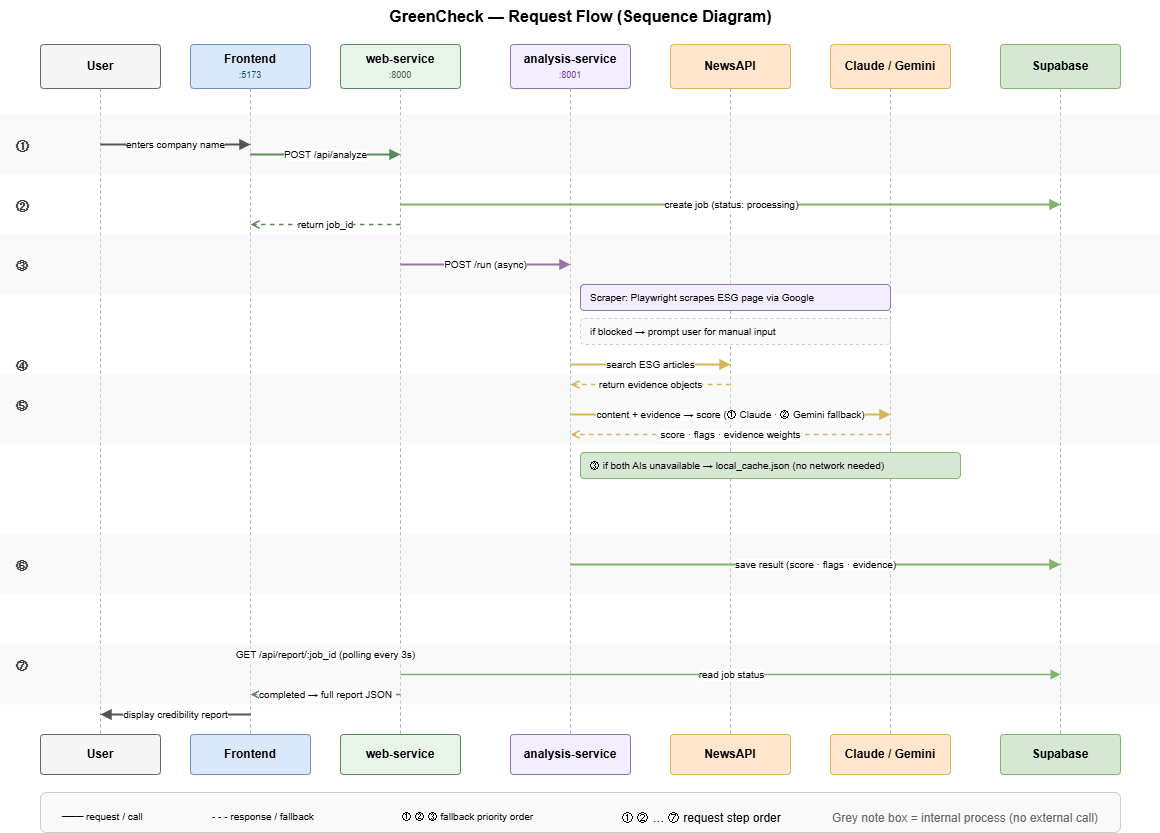
The draw.io diagram docs/greencheck-sequence.png in pd-a11y/greenwashing-detector, before a commit. Source tidied: cells renumbered, new cells last; positions are measured from the earlier drawing's top-left corner, leaving out a move shared by most shapes.
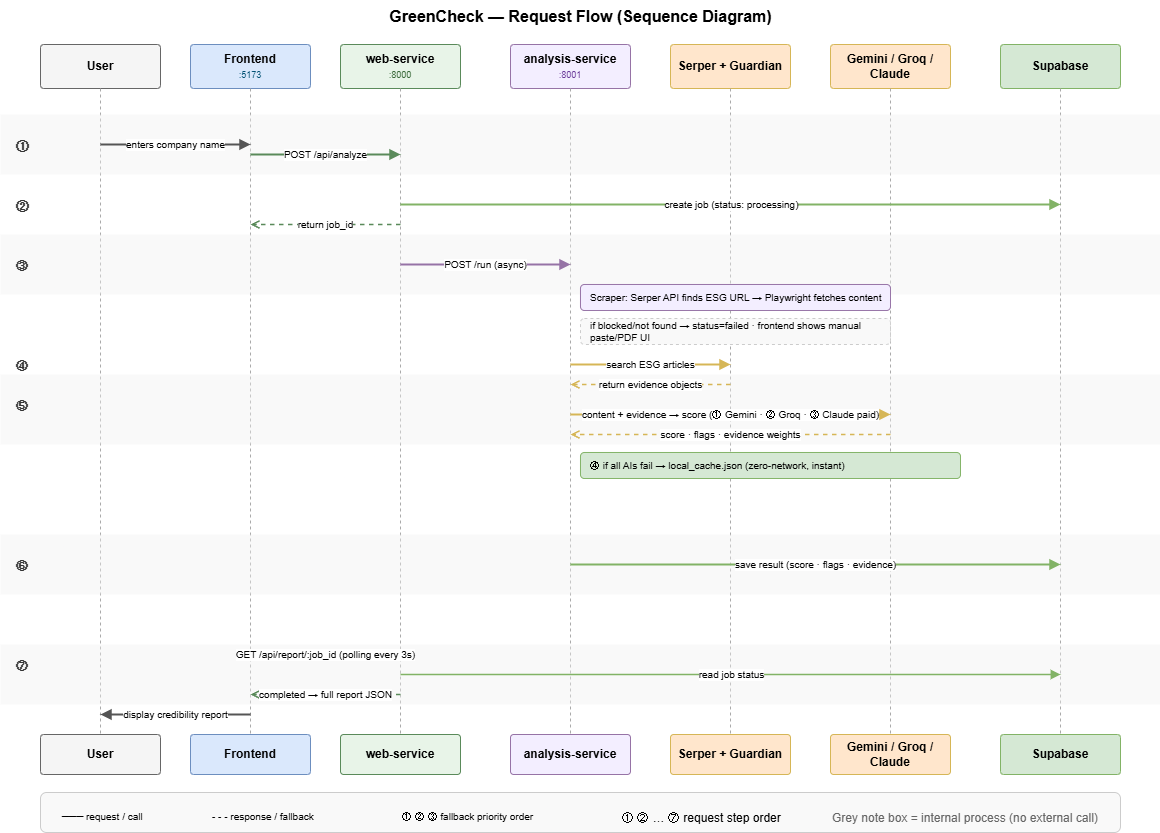
Later version of the same file.

Change to the diagram source:
```diff
@@ -17,10 +17,10 @@
     <mxCell id="6" value="&lt;b&gt;analysis-service&lt;/b&gt;&lt;br&gt;&lt;font style='font-size:9px' color='#6a3a9a'&gt;:8001&lt;/font&gt;" style="rounded=1;whiteSpace=wrap;html=1;fillColor=#f3eeff;strokeColor=#9673a6;fontSize=12;arcSize=8;" parent="1" vertex="1">
       <mxGeometry x="510" y="44" width="120" height="44" as="geometry" />
     </mxCell>
-    <mxCell id="7" value="&lt;b&gt;NewsAPI&lt;/b&gt;" style="rounded=1;whiteSpace=wrap;html=1;fillColor=#ffe6cc;strokeColor=#d6b656;fontSize=12;arcSize=8;" parent="1" vertex="1">
+    <mxCell id="7" value="&lt;b&gt;Serper + Guardian&lt;/b&gt;" style="rounded=1;whiteSpace=wrap;html=1;fillColor=#ffe6cc;strokeColor=#d6b656;fontSize=12;arcSize=8;" parent="1" vertex="1">
       <mxGeometry x="670" y="44" width="120" height="44" as="geometry" />
     </mxCell>
-    <mxCell id="8" value="&lt;b&gt;Claude / Gemini&lt;/b&gt;" style="rounded=1;whiteSpace=wrap;html=1;fillColor=#ffe6cc;strokeColor=#d6b656;fontSize=12;arcSize=8;" parent="1" vertex="1">
+    <mxCell id="8" value="&lt;b&gt;Gemini / Groq / Claude&lt;/b&gt;" style="rounded=1;whiteSpace=wrap;html=1;fillColor=#ffe6cc;strokeColor=#d6b656;fontSize=12;arcSize=8;" parent="1" vertex="1">
       <mxGeometry x="830" y="44" width="120" height="44" as="geometry" />
     </mxCell>
     <mxCell id="9" value="&lt;b&gt;Supabase&lt;/b&gt;" style="rounded=1;whiteSpace=wrap;html=1;fillColor=#d5e8d4;strokeColor=#82b366;fontSize=12;arcSize=8;" parent="1" vertex="1">
@@ -134,10 +134,10 @@
         <mxPoint x="570" y="264" as="targetPoint" />
       </mxGeometry>
     </mxCell>
-    <mxCell id="34" value="Scraper: Playwright scrapes ESG page via Google" style="rounded=1;whiteSpace=wrap;html=1;fillColor=#f3eeff;strokeColor=#9673a6;fontSize=10;align=left;spacingLeft=8;" parent="1" vertex="1">
+    <mxCell id="34" value="Scraper: Serper API finds ESG URL → Playwright fetches content" style="rounded=1;whiteSpace=wrap;html=1;fillColor=#f3eeff;strokeColor=#9673a6;fontSize=10;align=left;spacingLeft=8;" parent="1" vertex="1">
       <mxGeometry x="580" y="284" width="310" height="26" as="geometry" />
     </mxCell>
-    <mxCell id="35" value="if blocked → prompt user for manual input" style="rounded=1;whiteSpace=wrap;html=1;fillColor=#f9f9f9;strokeColor=#cccccc;fontSize=10;align=left;spacingLeft=8;dashed=1;strokeDasharray=4 3;" parent="1" vertex="1">
+    <mxCell id="35" value="if blocked/not found → status=failed · frontend shows manual paste/PDF UI" style="rounded=1;whiteSpace=wrap;html=1;fillColor=#f9f9f9;strokeColor=#cccccc;fontSize=10;align=left;spacingLeft=8;dashed=1;strokeDasharray=4 3;" parent="1" vertex="1">
       <mxGeometry x="580" y="318" width="310" height="26" as="geometry" />
     </mxCell>
     <mxCell id="36" value="search ESG articles" style="endArrow=block;endFill=1;html=1;strokeColor=#d6b656;strokeWidth=2;fontSize=10;align=center;labelBackgroundColor=#ffffff;" parent="1" edge="1">
@@ -152,7 +152,7 @@
         <mxPoint x="570" y="384" as="targetPoint" />
       </mxGeometry>
     </mxCell>
-    <mxCell id="38" value="content + evidence  →  score  (① Claude · ② Gemini fallback)" style="endArrow=block;endFill=1;html=1;strokeColor=#d6b656;strokeWidth=2;fontSize=10;align=center;labelBackgroundColor=#ffffff;" parent="1" edge="1">
+    <mxCell id="38" value="content + evidence → score  (① Gemini · ② Groq · ③ Claude paid)" style="endArrow=block;endFill=1;html=1;strokeColor=#d6b656;strokeWidth=2;fontSize=10;align=center;labelBackgroundColor=#ffffff;" parent="1" edge="1">
       <mxGeometry relative="1" as="geometry">
         <mxPoint x="570" y="414" as="sourcePoint" />
         <mxPoint x="890" y="414" as="targetPoint" />
@@ -164,7 +164,7 @@
         <mxPoint x="570" y="434" as="targetPoint" />
       </mxGeometry>
     </mxCell>
-    <mxCell id="40" value="③ if both AIs unavailable → local_cache.json (no network needed)" style="rounded=1;whiteSpace=wrap;html=1;fillColor=#d5e8d4;strokeColor=#82b366;fontSize=10;align=left;spacingLeft=8;strokeDasharray=4 3;" parent="1" vertex="1">
+    <mxCell id="40" value="④ if all AIs fail → local_cache.json (zero-network, instant)" style="rounded=1;whiteSpace=wrap;html=1;fillColor=#d5e8d4;strokeColor=#82b366;fontSize=10;align=left;spacingLeft=8;strokeDasharray=4 3;" parent="1" vertex="1">
       <mxGeometry x="580" y="452" width="380" height="26" as="geometry" />
     </mxCell>
     <mxCell id="41" value="save result  (score · flags · evidence)" style="endArrow=block;endFill=1;html=1;strokeColor=#82b366;strokeWidth=2;fontSize=10;align=center;labelBackgroundColor=#ffffff;" parent="1" edge="1">
@@ -209,10 +209,10 @@
     <mxCell id="49" value="&lt;b&gt;analysis-service&lt;/b&gt;" style="rounded=1;whiteSpace=wrap;html=1;fillColor=#f3eeff;strokeColor=#9673a6;fontSize=12;arcSize=8;" parent="1" vertex="1">
       <mxGeometry x="510" y="734" width="120" height="40" as="geometry" />
     </mxCell>
-    <mxCell id="50" value="&lt;b&gt;NewsAPI&lt;/b&gt;" style="rounded=1;whiteSpace=wrap;html=1;fillColor=#ffe6cc;strokeColor=#d6b656;fontSize=12;arcSize=8;" parent="1" vertex="1">
+    <mxCell id="50" value="&lt;b&gt;Serper + Guardian&lt;/b&gt;" style="rounded=1;whiteSpace=wrap;html=1;fillColor=#ffe6cc;strokeColor=#d6b656;fontSize=12;arcSize=8;" parent="1" vertex="1">
       <mxGeometry x="670" y="734" width="120" height="40" as="geometry" />
     </mxCell>
-    <mxCell id="51" value="&lt;b&gt;Claude / Gemini&lt;/b&gt;" style="rounded=1;whiteSpace=wrap;html=1;fillColor=#ffe6cc;strokeColor=#d6b656;fontSize=12;arcSize=8;" parent="1" vertex="1">
+    <mxCell id="51" value="&lt;b&gt;Gemini / Groq / Claude&lt;/b&gt;" style="rounded=1;whiteSpace=wrap;html=1;fillColor=#ffe6cc;strokeColor=#d6b656;fontSize=12;arcSize=8;" parent="1" vertex="1">
       <mxGeometry x="830" y="734" width="120" height="40" as="geometry" />
     </mxCell>
     <mxCell id="52" value="&lt;b&gt;Supabase&lt;/b&gt;" style="rounded=1;whiteSpace=wrap;html=1;fillColor=#d5e8d4;strokeColor=#82b366;fontSize=12;arcSize=8;" parent="1" vertex="1">
```
